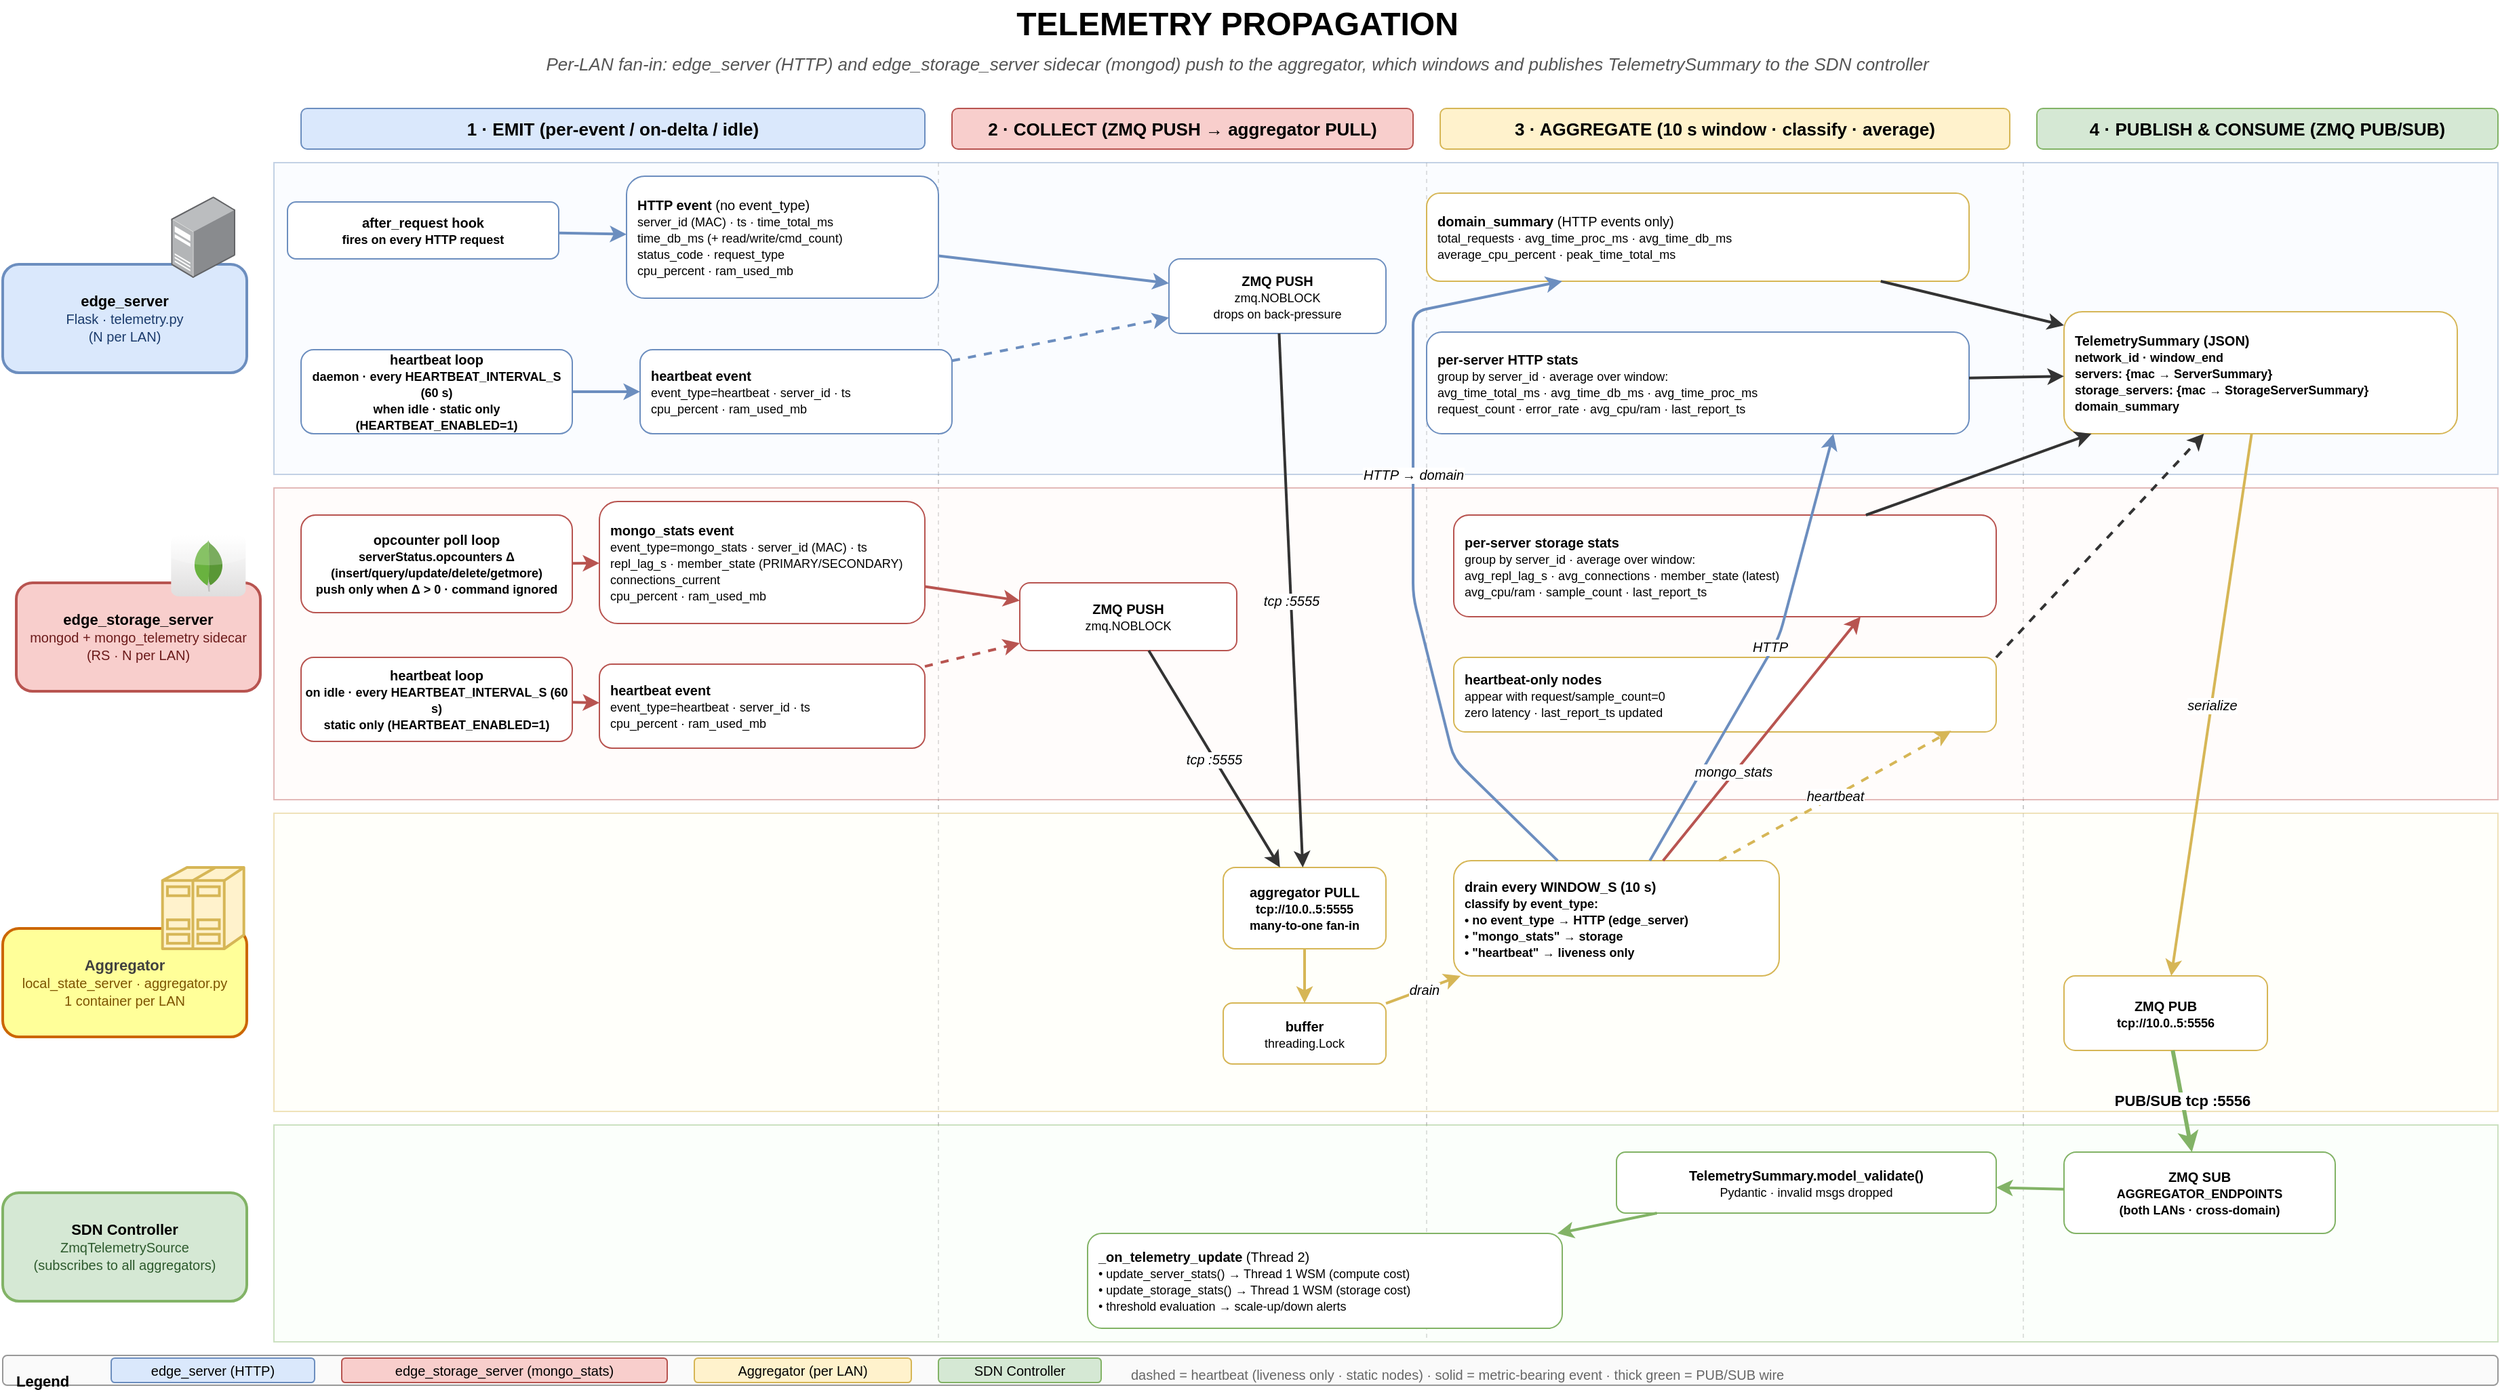
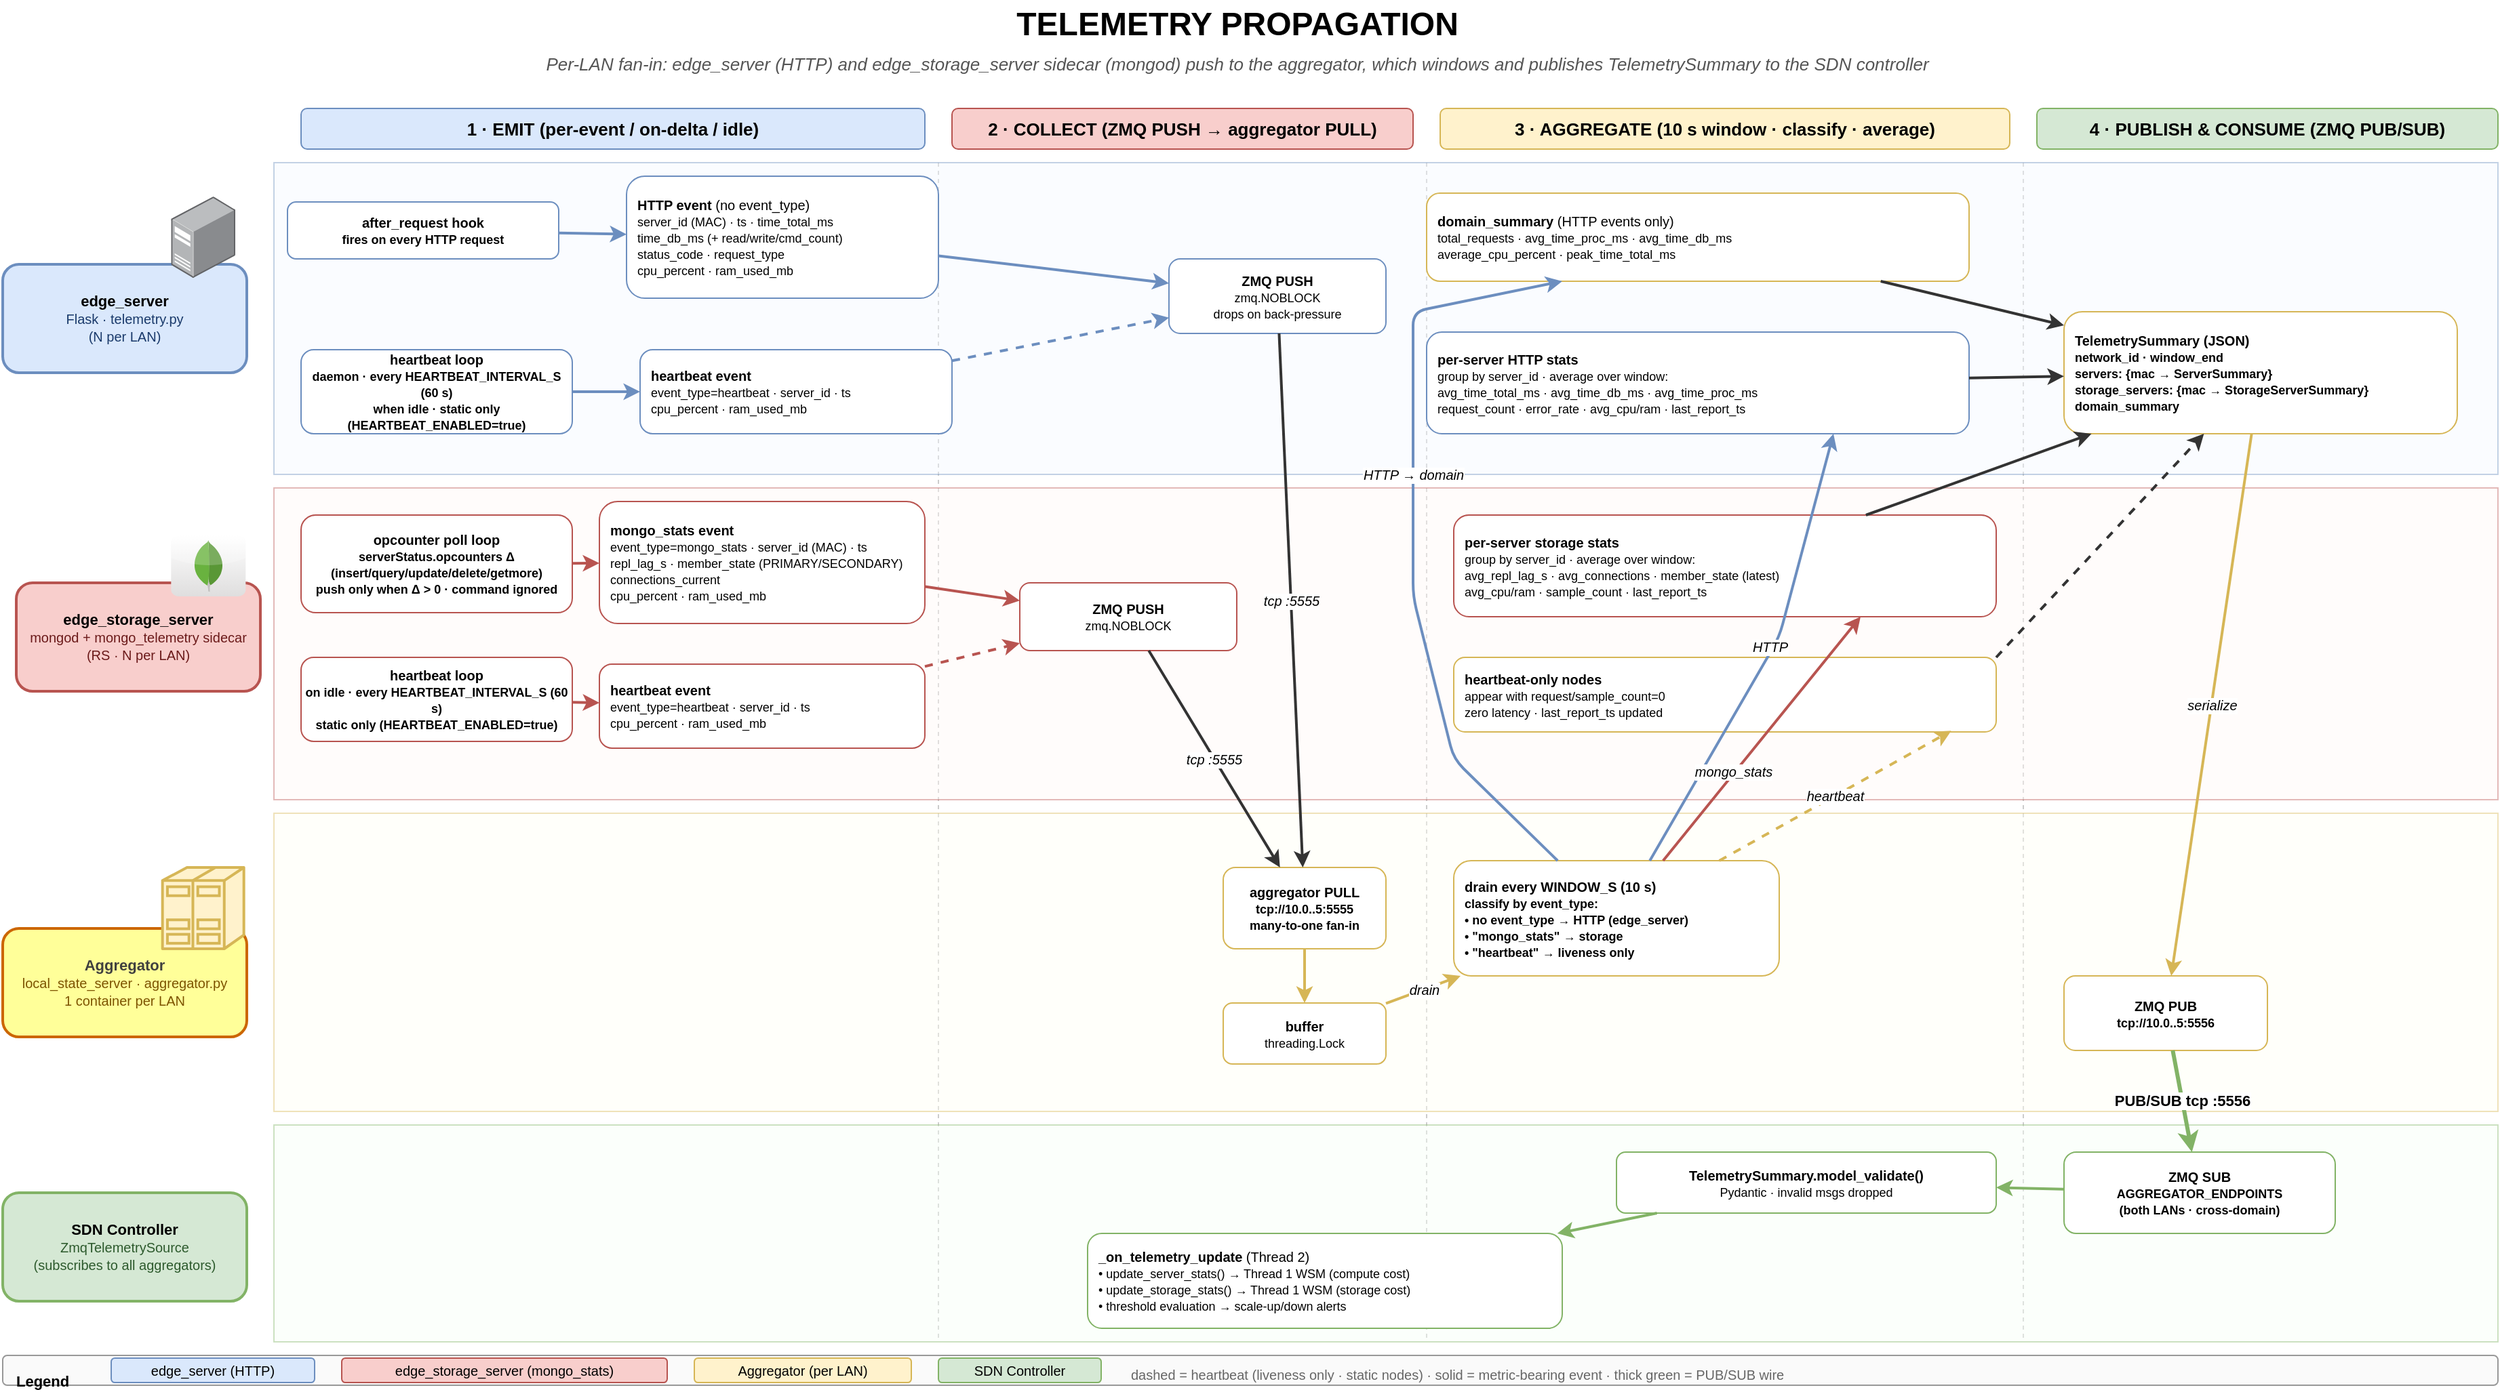
<mxfile host="65bd71144e">
    <diagram id="telemetry-propagation" name="Telemetry Propagation">
        <mxGraphModel dx="816" dy="651" grid="1" gridSize="10" guides="1" tooltips="1" connect="1" arrows="1" fold="1" page="1" pageScale="1" pageWidth="1900" pageHeight="1050" background="#FFFFFF" math="0" shadow="0">
            <root>
                <mxCell id="0"/>
                <mxCell id="1" parent="0"/>
                <mxCell id="title" value="TELEMETRY PROPAGATION" style="text;html=1;strokeColor=none;fillColor=none;align=center;verticalAlign=middle;fontSize=24;fontStyle=1;" parent="1" vertex="1">
                    <mxGeometry x="650" y="20" width="600" height="36" as="geometry"/>
                </mxCell>
                <mxCell id="subtitle" value="Per-LAN fan-in: edge_server (HTTP) and edge_storage_server sidecar (mongod) push to the aggregator, which windows and publishes TelemetrySummary to the SDN controller" style="text;html=1;strokeColor=none;fillColor=none;align=center;verticalAlign=middle;fontSize=13;fontStyle=2;fontColor=#555555;" parent="1" vertex="1">
                    <mxGeometry x="200" y="56" width="1500" height="22" as="geometry"/>
                </mxCell>
                <mxCell id="ph1" value="1 · EMIT (per-event / on-delta / idle)" style="rounded=1;whiteSpace=wrap;html=1;fillColor=#dae8fc;strokeColor=#6c8ebf;fontSize=13;fontStyle=1;" parent="1" vertex="1">
                    <mxGeometry x="260" y="100" width="460" height="30" as="geometry"/>
                </mxCell>
                <mxCell id="ph2" value="2 · COLLECT (ZMQ PUSH → aggregator PULL)" style="rounded=1;whiteSpace=wrap;html=1;fillColor=#f8cecc;strokeColor=#b85450;fontSize=13;fontStyle=1;" parent="1" vertex="1">
                    <mxGeometry x="740" y="100" width="340" height="30" as="geometry"/>
                </mxCell>
                <mxCell id="ph3" value="3 · AGGREGATE (10 s window · classify · average)" style="rounded=1;whiteSpace=wrap;html=1;fillColor=#fff2cc;strokeColor=#d6b656;fontSize=13;fontStyle=1;" parent="1" vertex="1">
                    <mxGeometry x="1100" y="100" width="420" height="30" as="geometry"/>
                </mxCell>
                <mxCell id="ph4" value="4 · PUBLISH &amp; CONSUME (ZMQ PUB/SUB)" style="rounded=1;whiteSpace=wrap;html=1;fillColor=#d5e8d4;strokeColor=#82b366;fontSize=13;fontStyle=1;" parent="1" vertex="1">
                    <mxGeometry x="1540" y="100" width="340" height="30" as="geometry"/>
                </mxCell>
                <mxCell id="sep1" style="endArrow=none;html=1;strokeColor=#cccccc;dashed=1;" parent="1" edge="1">
                    <mxGeometry relative="1" as="geometry">
                        <mxPoint x="730" y="140" as="sourcePoint"/>
                        <mxPoint x="730" y="1010" as="targetPoint"/>
                    </mxGeometry>
                </mxCell>
                <mxCell id="sep2" style="endArrow=none;html=1;strokeColor=#cccccc;dashed=1;" parent="1" edge="1">
                    <mxGeometry relative="1" as="geometry">
                        <mxPoint x="1090" y="140" as="sourcePoint"/>
                        <mxPoint x="1090" y="1010" as="targetPoint"/>
                    </mxGeometry>
                </mxCell>
                <mxCell id="sep3" style="endArrow=none;html=1;strokeColor=#cccccc;dashed=1;" parent="1" edge="1">
                    <mxGeometry relative="1" as="geometry">
                        <mxPoint x="1530" y="140" as="sourcePoint"/>
                        <mxPoint x="1530" y="1010" as="targetPoint"/>
                    </mxGeometry>
                </mxCell>
                <mxCell id="lane_srv" value="" style="rounded=0;whiteSpace=wrap;html=1;fillColor=#f2f7ff;strokeColor=#6c8ebf;opacity=40;" parent="1" vertex="1">
                    <mxGeometry x="240" y="140" width="1640" height="230" as="geometry"/>
                </mxCell>
                <mxCell id="lane_srv_hdr" value="&lt;b&gt;edge_server&lt;/b&gt;&lt;br/&gt;&lt;span style=&quot;font-size:10px;color:#1a3a6b&quot;&gt;Flask · telemetry.py&lt;/span&gt;&lt;br/&gt;&lt;span style=&quot;font-size:10px;color:#1a3a6b&quot;&gt;(N per LAN)&lt;/span&gt;" style="rounded=1;whiteSpace=wrap;html=1;fillColor=#dae8fc;strokeColor=#6c8ebf;fontSize=11;strokeWidth=2;" parent="1" vertex="1">
                    <mxGeometry x="40" y="215" width="180" height="80" as="geometry"/>
                </mxCell>
                <mxCell id="lane_sto" value="" style="rounded=0;whiteSpace=wrap;html=1;fillColor=#fff7f6;strokeColor=#b85450;opacity=40;" parent="1" vertex="1">
                    <mxGeometry x="240" y="380" width="1640" height="230" as="geometry"/>
                </mxCell>
                <mxCell id="lane_sto_hdr" value="&lt;b&gt;edge_storage_server&lt;/b&gt;&lt;br/&gt;&lt;span style=&quot;font-size:10px;color:#6b1a1a&quot;&gt;mongod + mongo_telemetry sidecar&lt;/span&gt;&lt;br/&gt;&lt;span style=&quot;font-size:10px;color:#6b1a1a&quot;&gt;(RS · N per LAN)&lt;/span&gt;" style="rounded=1;whiteSpace=wrap;html=1;fillColor=#f8cecc;strokeColor=#b85450;fontSize=11;strokeWidth=2;" parent="1" vertex="1">
                    <mxGeometry x="50" y="450" width="180" height="80" as="geometry"/>
                </mxCell>
                <mxCell id="lane_agg" value="" style="rounded=0;whiteSpace=wrap;html=1;fillColor=#fffef2;strokeColor=#d6b656;opacity=40;" parent="1" vertex="1">
                    <mxGeometry x="240" y="620" width="1640" height="220" as="geometry"/>
                </mxCell>
                <mxCell id="lane_ctrl" value="" style="rounded=0;whiteSpace=wrap;html=1;fillColor=#f6fff4;strokeColor=#82b366;opacity=40;" parent="1" vertex="1">
                    <mxGeometry x="240" y="850" width="1640" height="160" as="geometry"/>
                </mxCell>
                <mxCell id="lane_ctrl_hdr" value="&lt;b&gt;SDN Controller&lt;/b&gt;&lt;br/&gt;&lt;span style=&quot;font-size:10px;color:#2d5a2d&quot;&gt;ZmqTelemetrySource&lt;/span&gt;&lt;br/&gt;&lt;span style=&quot;font-size:10px;color:#2d5a2d&quot;&gt;(subscribes to all aggregators)&lt;/span&gt;" style="rounded=1;whiteSpace=wrap;html=1;fillColor=#d5e8d4;strokeColor=#82b366;fontSize=11;strokeWidth=2;" parent="1" vertex="1">
                    <mxGeometry x="40" y="900" width="180" height="80" as="geometry"/>
                </mxCell>
                <mxCell id="srv_trigger1" value="&lt;b&gt;after_request hook&lt;/b&gt;&lt;br/&gt;&lt;span style=&quot;font-size:9px&quot;&gt;fires on every HTTP request&lt;/span&gt;" style="rounded=1;whiteSpace=wrap;html=1;fillColor=#ffffff;strokeColor=#6c8ebf;fontSize=10;fontStyle=1;" parent="1" vertex="1">
                    <mxGeometry x="250" y="169" width="200" height="42" as="geometry"/>
                </mxCell>
                <mxCell id="srv_evt_http" value="&lt;b&gt;HTTP event&lt;/b&gt; (no event_type)&lt;br/&gt;&lt;span style=&quot;font-size:9px&quot;&gt;server_id (MAC) · ts · time_total_ms&lt;br/&gt;time_db_ms (+ read/write/cmd_count)&lt;br/&gt;status_code · request_type&lt;br/&gt;cpu_percent · ram_used_mb&lt;/span&gt;" style="rounded=1;whiteSpace=wrap;html=1;fillColor=#ffffff;strokeColor=#6c8ebf;fontSize=10;align=left;spacingLeft=6;" parent="1" vertex="1">
                    <mxGeometry x="500" y="150" width="230" height="90" as="geometry"/>
                </mxCell>
-                 <mxCell id="srv_trigger2" value="&lt;b&gt;heartbeat loop&lt;/b&gt;&lt;br/&gt;&lt;span style=&quot;font-size:9px&quot;&gt;daemon · every HEARTBEAT_INTERVAL_S (60 s)&lt;br/&gt;when idle · static only (HEARTBEAT_ENABLED=1)&lt;/span&gt;" style="rounded=1;whiteSpace=wrap;html=1;fillColor=#ffffff;strokeColor=#6c8ebf;fontSize=10;fontStyle=1;" parent="1" vertex="1">
+                 <mxCell id="srv_trigger2" value="&lt;b&gt;heartbeat loop&lt;/b&gt;&lt;br/&gt;&lt;span style=&quot;font-size:9px&quot;&gt;daemon · every HEARTBEAT_INTERVAL_S (60 s)&lt;br/&gt;when idle · static only (HEARTBEAT_ENABLED=true)&lt;/span&gt;" style="rounded=1;whiteSpace=wrap;html=1;fillColor=#ffffff;strokeColor=#6c8ebf;fontSize=10;fontStyle=1;" parent="1" vertex="1">
                    <mxGeometry x="260" y="278" width="200" height="62" as="geometry"/>
                </mxCell>
                <mxCell id="srv_evt_hb" value="&lt;b&gt;heartbeat event&lt;/b&gt;&lt;br/&gt;&lt;span style=&quot;font-size:9px&quot;&gt;event_type=heartbeat · server_id · ts&lt;br/&gt;cpu_percent · ram_used_mb&lt;/span&gt;" style="rounded=1;whiteSpace=wrap;html=1;fillColor=#ffffff;strokeColor=#6c8ebf;fontSize=10;align=left;spacingLeft=6;" parent="1" vertex="1">
                    <mxGeometry x="510" y="278" width="230" height="62" as="geometry"/>
                </mxCell>
                <mxCell id="sto_trigger1" value="&lt;b&gt;opcounter poll loop&lt;/b&gt;&lt;br/&gt;&lt;span style=&quot;font-size:9px&quot;&gt;serverStatus.opcounters Δ&lt;br/&gt;(insert/query/update/delete/getmore)&lt;br/&gt;push only when Δ &gt; 0 · command ignored&lt;/span&gt;" style="rounded=1;whiteSpace=wrap;html=1;fillColor=#ffffff;strokeColor=#b85450;fontSize=10;fontStyle=1;" parent="1" vertex="1">
                    <mxGeometry x="260" y="400" width="200" height="72" as="geometry"/>
                </mxCell>
                <mxCell id="sto_evt_stats" value="&lt;b&gt;mongo_stats event&lt;/b&gt;&lt;br/&gt;&lt;span style=&quot;font-size:9px&quot;&gt;event_type=mongo_stats · server_id (MAC) · ts&lt;br/&gt;repl_lag_s · member_state (PRIMARY/SECONDARY)&lt;br/&gt;connections_current&lt;br/&gt;cpu_percent · ram_used_mb&lt;/span&gt;" style="rounded=1;whiteSpace=wrap;html=1;fillColor=#ffffff;strokeColor=#b85450;fontSize=10;align=left;spacingLeft=6;" parent="1" vertex="1">
                    <mxGeometry x="480" y="390" width="240" height="90" as="geometry"/>
                </mxCell>
-                 <mxCell id="sto_trigger2" value="&lt;b&gt;heartbeat loop&lt;/b&gt;&lt;br/&gt;&lt;span style=&quot;font-size:9px&quot;&gt;on idle · every HEARTBEAT_INTERVAL_S (60 s)&lt;br/&gt;static only (HEARTBEAT_ENABLED=1)&lt;/span&gt;" style="rounded=1;whiteSpace=wrap;html=1;fillColor=#ffffff;strokeColor=#b85450;fontSize=10;fontStyle=1;" parent="1" vertex="1">
+                 <mxCell id="sto_trigger2" value="&lt;b&gt;heartbeat loop&lt;/b&gt;&lt;br/&gt;&lt;span style=&quot;font-size:9px&quot;&gt;on idle · every HEARTBEAT_INTERVAL_S (60 s)&lt;br/&gt;static only (HEARTBEAT_ENABLED=true)&lt;/span&gt;" style="rounded=1;whiteSpace=wrap;html=1;fillColor=#ffffff;strokeColor=#b85450;fontSize=10;fontStyle=1;" parent="1" vertex="1">
                    <mxGeometry x="260" y="505" width="200" height="62" as="geometry"/>
                </mxCell>
                <mxCell id="sto_evt_hb" value="&lt;b&gt;heartbeat event&lt;/b&gt;&lt;br/&gt;&lt;span style=&quot;font-size:9px&quot;&gt;event_type=heartbeat · server_id · ts&lt;br/&gt;cpu_percent · ram_used_mb&lt;/span&gt;" style="rounded=1;whiteSpace=wrap;html=1;fillColor=#ffffff;strokeColor=#b85450;fontSize=10;align=left;spacingLeft=6;" parent="1" vertex="1">
                    <mxGeometry x="480" y="510" width="240" height="62" as="geometry"/>
                </mxCell>
                <mxCell id="srv_push" value="&lt;b&gt;ZMQ PUSH&lt;/b&gt;&lt;br/&gt;&lt;span style=&quot;font-size:9px&quot;&gt;zmq.NOBLOCK&lt;br/&gt;drops on back-pressure&lt;/span&gt;" style="rounded=1;whiteSpace=wrap;html=1;fillColor=#ffffff;strokeColor=#6c8ebf;fontSize=10;" parent="1" vertex="1">
                    <mxGeometry x="900" y="211" width="160" height="55" as="geometry"/>
                </mxCell>
                <mxCell id="sto_push" value="&lt;b&gt;ZMQ PUSH&lt;/b&gt;&lt;br/&gt;&lt;span style=&quot;font-size:9px&quot;&gt;zmq.NOBLOCK&lt;/span&gt;" style="rounded=1;whiteSpace=wrap;html=1;fillColor=#ffffff;strokeColor=#b85450;fontSize=10;" parent="1" vertex="1">
                    <mxGeometry x="790" y="450" width="160" height="50" as="geometry"/>
                </mxCell>
                <mxCell id="agg_pull" value="&lt;b&gt;aggregator PULL&lt;/b&gt;&lt;br/&gt;&lt;span style=&quot;font-size:9px&quot;&gt;tcp://10.0.&lt;lan&gt;.5:5555&lt;br/&gt;many-to-one fan-in&lt;/span&gt;" style="rounded=1;whiteSpace=wrap;html=1;fillColor=#ffffff;strokeColor=#d6b656;fontSize=10;fontStyle=1;" parent="1" vertex="1">
                    <mxGeometry x="940" y="660" width="120" height="60" as="geometry"/>
                </mxCell>
                <mxCell id="agg_buf" value="&lt;b&gt;buffer&lt;/b&gt;&lt;br/&gt;&lt;span style=&quot;font-size:9px&quot;&gt;threading.Lock&lt;/span&gt;" style="rounded=1;whiteSpace=wrap;html=1;fillColor=#ffffff;strokeColor=#d6b656;fontSize=10;" parent="1" vertex="1">
                    <mxGeometry x="940" y="760" width="120" height="45" as="geometry"/>
                </mxCell>
                <mxCell id="agg_window" value="&lt;b&gt;drain every WINDOW_S (10 s)&lt;/b&gt;&lt;br/&gt;&lt;span style=&quot;font-size:9px&quot;&gt;classify by event_type:&lt;br/&gt;• no event_type → HTTP (edge_server)&lt;br/&gt;• &quot;mongo_stats&quot; → storage&lt;br/&gt;• &quot;heartbeat&quot; → liveness only&lt;/span&gt;" style="rounded=1;whiteSpace=wrap;html=1;fillColor=#ffffff;strokeColor=#d6b656;fontSize=10;align=left;spacingLeft=6;fontStyle=1;" parent="1" vertex="1">
                    <mxGeometry x="1110" y="655" width="240" height="85" as="geometry"/>
                </mxCell>
                <mxCell id="agg_http_grp" value="&lt;b&gt;per-server HTTP stats&lt;/b&gt;&lt;br/&gt;&lt;span style=&quot;font-size:9px;text-align:left&quot;&gt;group by server_id · average over window:&lt;br/&gt;avg_time_total_ms · avg_time_db_ms · avg_time_proc_ms&lt;br/&gt;request_count · error_rate · avg_cpu/ram · last_report_ts&lt;/span&gt;" style="rounded=1;whiteSpace=wrap;html=1;fillColor=#ffffff;strokeColor=#6c8ebf;fontSize=10;align=left;spacingLeft=6;" parent="1" vertex="1">
                    <mxGeometry x="1090" y="265" width="400" height="75" as="geometry"/>
                </mxCell>
                <mxCell id="agg_sto_grp" value="&lt;b&gt;per-server storage stats&lt;/b&gt;&lt;br/&gt;&lt;span style=&quot;font-size:9px&quot;&gt;group by server_id · average over window:&lt;br/&gt;avg_repl_lag_s · avg_connections · member_state (latest)&lt;br/&gt;avg_cpu/ram · sample_count · last_report_ts&lt;/span&gt;" style="rounded=1;whiteSpace=wrap;html=1;fillColor=#ffffff;strokeColor=#b85450;fontSize=10;align=left;spacingLeft=6;" parent="1" vertex="1">
                    <mxGeometry x="1110" y="400" width="400" height="75" as="geometry"/>
                </mxCell>
                <mxCell id="agg_hb" value="&lt;b&gt;heartbeat-only nodes&lt;/b&gt;&lt;br/&gt;&lt;span style=&quot;font-size:9px&quot;&gt;appear with request/sample_count=0&lt;br/&gt;zero latency · last_report_ts updated&lt;/span&gt;" style="rounded=1;whiteSpace=wrap;html=1;fillColor=#ffffff;strokeColor=#d6b656;fontSize=10;align=left;spacingLeft=6;" parent="1" vertex="1">
                    <mxGeometry x="1110" y="505" width="400" height="55" as="geometry"/>
                </mxCell>
                <mxCell id="agg_domain" value="&lt;b&gt;domain_summary&lt;/b&gt; (HTTP events only)&lt;br/&gt;&lt;span style=&quot;font-size:9px&quot;&gt;total_requests · avg_time_proc_ms · avg_time_db_ms&lt;br/&gt;average_cpu_percent · peak_time_total_ms&lt;/span&gt;" style="rounded=1;whiteSpace=wrap;html=1;fillColor=#ffffff;strokeColor=#d6b656;fontSize=10;align=left;spacingLeft=6;" parent="1" vertex="1">
                    <mxGeometry x="1090" y="162.5" width="400" height="65" as="geometry"/>
                </mxCell>
                <mxCell id="agg_pub" value="&lt;b&gt;ZMQ PUB&lt;/b&gt;&lt;br/&gt;&lt;span style=&quot;font-size:9px&quot;&gt;tcp://10.0.&lt;lan&gt;.5:5556&lt;/span&gt;" style="rounded=1;whiteSpace=wrap;html=1;fillColor=#ffffff;strokeColor=#d6b656;fontSize=10;fontStyle=1;" parent="1" vertex="1">
                    <mxGeometry x="1560" y="740" width="150" height="55" as="geometry"/>
                </mxCell>
                <mxCell id="summary_env" value="&lt;b&gt;TelemetrySummary&lt;/b&gt; (JSON)&lt;br/&gt;&lt;span style=&quot;font-size:9px;text-align:left&quot;&gt;network_id · window_end&lt;br/&gt;servers: {mac → ServerSummary}&lt;br/&gt;storage_servers: {mac → StorageServerSummary}&lt;br/&gt;domain_summary&lt;/span&gt;" style="rounded=1;whiteSpace=wrap;html=1;fillColor=#ffffff;strokeColor=#d6b656;fontSize=10;fontStyle=1;align=left;spacingLeft=6;" parent="1" vertex="1">
                    <mxGeometry x="1560" y="250" width="290" height="90" as="geometry"/>
                </mxCell>
                <mxCell id="ctrl_sub" value="&lt;b&gt;ZMQ SUB&lt;/b&gt;&lt;br/&gt;&lt;span style=&quot;font-size:9px&quot;&gt;AGGREGATOR_ENDPOINTS&lt;br/&gt;(both LANs · cross-domain)&lt;/span&gt;" style="rounded=1;whiteSpace=wrap;html=1;fillColor=#ffffff;strokeColor=#82b366;fontSize=10;fontStyle=1;" parent="1" vertex="1">
                    <mxGeometry x="1560" y="870" width="200" height="60" as="geometry"/>
                </mxCell>
                <mxCell id="ctrl_parse" value="&lt;b&gt;TelemetrySummary.model_validate()&lt;/b&gt;&lt;br/&gt;&lt;span style=&quot;font-size:9px&quot;&gt;Pydantic · invalid msgs dropped&lt;/span&gt;" style="rounded=1;whiteSpace=wrap;html=1;fillColor=#ffffff;strokeColor=#82b366;fontSize=10;" parent="1" vertex="1">
                    <mxGeometry x="1230" y="870" width="280" height="45" as="geometry"/>
                </mxCell>
                <mxCell id="ctrl_onupd" value="&lt;b&gt;_on_telemetry_update&lt;/b&gt; (Thread 2)&lt;br/&gt;&lt;span style=&quot;font-size:9px;text-align:left&quot;&gt;• update_server_stats() → Thread 1 WSM (compute cost)&lt;br/&gt;• update_storage_stats() → Thread 1 WSM (storage cost)&lt;br/&gt;• threshold evaluation → scale-up/down alerts&lt;/span&gt;" style="rounded=1;whiteSpace=wrap;html=1;fillColor=#ffffff;strokeColor=#82b366;fontSize=10;align=left;spacingLeft=6;" parent="1" vertex="1">
                    <mxGeometry x="840" y="930" width="350" height="70" as="geometry"/>
                </mxCell>
                <mxCell id="icon_srv" value="" style="image;points=[];aspect=fixed;html=1;align=center;shadow=0;dashed=0;image=img/lib/allied_telesis/computer_and_terminals/Server_Desktop.svg;" parent="1" vertex="1">
                    <mxGeometry x="164.16" y="165" width="47.33" height="60" as="geometry"/>
                </mxCell>
                <mxCell id="icon_mongo" value="" style="dashed=0;outlineConnect=0;html=1;align=center;labelPosition=center;verticalLabelPosition=bottom;verticalAlign=top;shape=mxgraph.webicons.mongodb;gradientColor=#DFDEDE" parent="1" vertex="1">
                    <mxGeometry x="164.16" y="415" width="55" height="45" as="geometry"/>
                </mxCell>
                <mxCell id="e_srv_t1" style="endArrow=classic;html=1;strokeColor=#6c8ebf;strokeWidth=2;" parent="1" source="srv_trigger1" target="srv_evt_http" edge="1">
                    <mxGeometry relative="1" as="geometry"/>
                </mxCell>
                <mxCell id="e_srv_t2" style="endArrow=classic;html=1;strokeColor=#6c8ebf;strokeWidth=2;" parent="1" source="srv_trigger2" target="srv_evt_hb" edge="1">
                    <mxGeometry relative="1" as="geometry"/>
                </mxCell>
                <mxCell id="e_sto_t1" style="endArrow=classic;html=1;strokeColor=#b85450;strokeWidth=2;" parent="1" source="sto_trigger1" target="sto_evt_stats" edge="1">
                    <mxGeometry relative="1" as="geometry"/>
                </mxCell>
                <mxCell id="e_sto_t2" style="endArrow=classic;html=1;strokeColor=#b85450;strokeWidth=2;" parent="1" source="sto_trigger2" target="sto_evt_hb" edge="1">
                    <mxGeometry relative="1" as="geometry"/>
                </mxCell>
                <mxCell id="e_srv_push_http" style="endArrow=classic;html=1;strokeColor=#6c8ebf;strokeWidth=2;" parent="1" source="srv_evt_http" target="srv_push" edge="1">
                    <mxGeometry relative="1" as="geometry"/>
                </mxCell>
                <mxCell id="e_srv_push_hb" style="endArrow=classic;html=1;strokeColor=#6c8ebf;strokeWidth=2;dashed=1;" parent="1" source="srv_evt_hb" target="srv_push" edge="1">
                    <mxGeometry relative="1" as="geometry"/>
                </mxCell>
                <mxCell id="e_sto_push_stats" style="endArrow=classic;html=1;strokeColor=#b85450;strokeWidth=2;" parent="1" source="sto_evt_stats" target="sto_push" edge="1">
                    <mxGeometry relative="1" as="geometry"/>
                </mxCell>
                <mxCell id="e_sto_push_hb" style="endArrow=classic;html=1;strokeColor=#b85450;strokeWidth=2;dashed=1;" parent="1" source="sto_evt_hb" target="sto_push" edge="1">
                    <mxGeometry relative="1" as="geometry"/>
                </mxCell>
                <mxCell id="e_conv_srv" value="tcp :5555" style="endArrow=classic;html=1;strokeColor=#333333;strokeWidth=2;fontSize=10;fontStyle=2;labelBackgroundColor=#ffffff;" parent="1" source="srv_push" target="agg_pull" edge="1">
                    <mxGeometry relative="1" as="geometry"/>
                </mxCell>
                <mxCell id="e_conv_sto" value="tcp :5555" style="endArrow=classic;html=1;strokeColor=#333333;strokeWidth=2;fontSize=10;fontStyle=2;labelBackgroundColor=#ffffff;" parent="1" source="sto_push" target="agg_pull" edge="1">
                    <mxGeometry relative="1" as="geometry"/>
                </mxCell>
                <mxCell id="e_pull_buf" style="endArrow=classic;html=1;strokeColor=#d6b656;strokeWidth=2;" parent="1" source="agg_pull" target="agg_buf" edge="1">
                    <mxGeometry relative="1" as="geometry"/>
                </mxCell>
                <mxCell id="e_buf_win" value="drain" style="endArrow=classic;html=1;strokeColor=#d6b656;strokeWidth=2;fontSize=10;fontStyle=2;labelBackgroundColor=#ffffff;" parent="1" source="agg_buf" target="agg_window" edge="1">
                    <mxGeometry relative="1" as="geometry"/>
                </mxCell>
                <mxCell id="e_win_http" value="HTTP" style="endArrow=classic;html=1;strokeColor=#6c8ebf;strokeWidth=2;fontSize=10;fontStyle=2;labelBackgroundColor=#ffffff;entryX=0.75;entryY=1;entryDx=0;entryDy=0;" parent="1" source="agg_window" target="agg_http_grp" edge="1">
                    <mxGeometry x="0.0462" y="2" relative="1" as="geometry">
                        <Array as="points">
                            <mxPoint x="1350" y="490"/>
                        </Array>
                        <mxPoint as="offset"/>
                    </mxGeometry>
                </mxCell>
                <mxCell id="e_win_sto" value="mongo_stats" style="endArrow=classic;html=1;strokeColor=#b85450;strokeWidth=2;fontSize=10;fontStyle=2;labelBackgroundColor=#ffffff;entryX=0.75;entryY=1;entryDx=0;entryDy=0;" parent="1" source="agg_window" target="agg_sto_grp" edge="1">
                    <mxGeometry x="-0.2788" y="1" relative="1" as="geometry">
                        <mxPoint as="offset"/>
                    </mxGeometry>
                </mxCell>
                <mxCell id="e_win_hb" value="heartbeat" style="endArrow=classic;html=1;strokeColor=#d6b656;strokeWidth=2;fontSize=10;fontStyle=2;labelBackgroundColor=#ffffff;dashed=1;entryX=0.917;entryY=0.985;entryDx=0;entryDy=0;entryPerimeter=0;" parent="1" source="agg_window" target="agg_hb" edge="1">
                    <mxGeometry relative="1" as="geometry"/>
                </mxCell>
                <mxCell id="e_win_dom" value="HTTP → domain" style="endArrow=classic;html=1;strokeColor=#6c8ebf;strokeWidth=2;fontSize=10;fontStyle=2;labelBackgroundColor=#ffffff;entryX=0.25;entryY=1;entryDx=0;entryDy=0;" parent="1" source="agg_window" target="agg_domain" edge="1">
                    <mxGeometry x="0.1602" relative="1" as="geometry">
                        <Array as="points">
                            <mxPoint x="1110" y="580"/>
                            <mxPoint x="1080" y="460"/>
                            <mxPoint x="1080" y="250"/>
                        </Array>
                        <mxPoint as="offset"/>
                    </mxGeometry>
                </mxCell>
                <mxCell id="e_http_env" style="endArrow=classic;html=1;strokeColor=#333333;strokeWidth=2;" parent="1" source="agg_http_grp" target="summary_env" edge="1">
                    <mxGeometry relative="1" as="geometry"/>
                </mxCell>
                <mxCell id="e_sto_env" style="endArrow=classic;html=1;strokeColor=#333333;strokeWidth=2;" parent="1" source="agg_sto_grp" target="summary_env" edge="1">
                    <mxGeometry relative="1" as="geometry"/>
                </mxCell>
                <mxCell id="e_hb_env" style="endArrow=classic;html=1;strokeColor=#333333;strokeWidth=2;dashed=1;exitX=1;exitY=0;exitDx=0;exitDy=0;" parent="1" source="agg_hb" target="summary_env" edge="1">
                    <mxGeometry relative="1" as="geometry"/>
                </mxCell>
                <mxCell id="e_dom_env" style="endArrow=classic;html=1;strokeColor=#333333;strokeWidth=2;" parent="1" source="agg_domain" target="summary_env" edge="1">
                    <mxGeometry relative="1" as="geometry"/>
                </mxCell>
                <mxCell id="e_env_pub" value="serialize" style="endArrow=classic;html=1;strokeColor=#d6b656;strokeWidth=2;fontSize=10;fontStyle=2;labelBackgroundColor=#ffffff;" parent="1" source="summary_env" target="agg_pub" edge="1">
                    <mxGeometry relative="1" as="geometry"/>
                </mxCell>
                <mxCell id="e_pub_sub" value="PUB/SUB tcp :5556" style="endArrow=classic;html=1;strokeColor=#82b366;strokeWidth=3;fontSize=11;fontStyle=1;labelBackgroundColor=#ffffff;" parent="1" source="agg_pub" target="ctrl_sub" edge="1">
                    <mxGeometry relative="1" as="geometry"/>
                </mxCell>
                <mxCell id="e_sub_parse" style="endArrow=classic;html=1;strokeColor=#82b366;strokeWidth=2;" parent="1" source="ctrl_sub" target="ctrl_parse" edge="1">
                    <mxGeometry relative="1" as="geometry"/>
                </mxCell>
                <mxCell id="e_parse_onupd" style="endArrow=classic;html=1;strokeColor=#82b366;strokeWidth=2;" parent="1" source="ctrl_parse" target="ctrl_onupd" edge="1">
                    <mxGeometry relative="1" as="geometry"/>
                </mxCell>
                <mxCell id="legend_box" value="Legend" style="rounded=1;whiteSpace=wrap;html=1;fillColor=#fafafa;strokeColor=#999999;fontSize=11;fontStyle=1;align=left;verticalAlign=top;spacingLeft=8;spacingTop=6;" parent="1" vertex="1">
                    <mxGeometry x="40" y="1020" width="1840" height="22" as="geometry"/>
                </mxCell>
                <mxCell id="leg_srv" value="edge_server (HTTP)" style="rounded=1;whiteSpace=wrap;html=1;fillColor=#dae8fc;strokeColor=#6c8ebf;fontSize=10;" parent="1" vertex="1">
                    <mxGeometry x="120" y="1022" width="150" height="18" as="geometry"/>
                </mxCell>
                <mxCell id="leg_sto" value="edge_storage_server (mongo_stats)" style="rounded=1;whiteSpace=wrap;html=1;fillColor=#f8cecc;strokeColor=#b85450;fontSize=10;" parent="1" vertex="1">
                    <mxGeometry x="290" y="1022" width="240" height="18" as="geometry"/>
                </mxCell>
                <mxCell id="leg_agg" value="Aggregator (per LAN)" style="rounded=1;whiteSpace=wrap;html=1;fillColor=#fff2cc;strokeColor=#d6b656;fontSize=10;" parent="1" vertex="1">
                    <mxGeometry x="550" y="1022" width="160" height="18" as="geometry"/>
                </mxCell>
                <mxCell id="leg_ctrl" value="SDN Controller" style="rounded=1;whiteSpace=wrap;html=1;fillColor=#d5e8d4;strokeColor=#82b366;fontSize=10;" parent="1" vertex="1">
                    <mxGeometry x="730" y="1022" width="120" height="18" as="geometry"/>
                </mxCell>
                <mxCell id="leg_dash" value="dashed = heartbeat (liveness only · static nodes)  ·  solid = metric-bearing event  ·  thick green = PUB/SUB wire" style="text;html=1;align=left;fontSize=10;fontColor=#666666;" parent="1" vertex="1">
                    <mxGeometry x="870" y="1022" width="900" height="18" as="geometry"/>
                </mxCell>
                <mxCell id="3" value="&lt;b style=&quot;color: rgb(63, 63, 63); scrollbar-color: rgb(226, 226, 226) rgb(251, 251, 251); text-wrap-mode: nowrap;&quot;&gt;Aggregator&lt;/b&gt;&lt;br style=&quot;color: rgb(63, 63, 63); scrollbar-color: rgb(226, 226, 226) rgb(251, 251, 251); text-wrap-mode: nowrap;&quot;&gt;&lt;span style=&quot;scrollbar-color: rgb(226, 226, 226) rgb(251, 251, 251); text-wrap-mode: nowrap; font-size: 10px; color: rgb(125, 83, 0);&quot;&gt;local_state_server · aggregator.py&lt;/span&gt;&lt;br style=&quot;color: rgb(63, 63, 63); scrollbar-color: rgb(226, 226, 226) rgb(251, 251, 251); text-wrap-mode: nowrap;&quot;&gt;&lt;span style=&quot;scrollbar-color: rgb(226, 226, 226) rgb(251, 251, 251); text-wrap-mode: nowrap; font-size: 10px; color: rgb(125, 83, 0);&quot;&gt;1 container per LAN&lt;/span&gt;" style="rounded=1;whiteSpace=wrap;html=1;fillColor=#FFFF99;strokeColor=#CC6600;fontSize=11;strokeWidth=2;shadow=0;" parent="1" vertex="1">
                    <mxGeometry x="39.99999999999999" y="705" width="180" height="80" as="geometry"/>
                </mxCell>
                <mxCell id="lane_agg_hdr" value="" style="shape=mxgraph.cisco.servers.standard_host;html=1;pointerEvents=1;dashed=0;fillColor=#fff2cc;strokeColor=#d6b656;strokeWidth=2;verticalLabelPosition=bottom;verticalAlign=top;align=center;outlineConnect=0;fontSize=11;" parent="1" vertex="1">
                    <mxGeometry x="157.83" y="660" width="60" height="60" as="geometry"/>
                </mxCell>
            </root>
        </mxGraphModel>
    </diagram>
</mxfile>